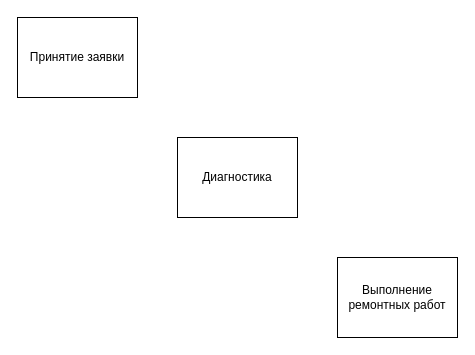
The draw.io diagram диа2.drawio in plkkz/ppo-3k-lb, before the edit. Source tidied: cells renumbered, new cells numbered last; positions are measured from the earlier drawing's top-left corner, leaving out a move shared by most shapes. Both pictures are drawn from the tidied source at 100%, with x=0, y=0 at pixel (17, 17).
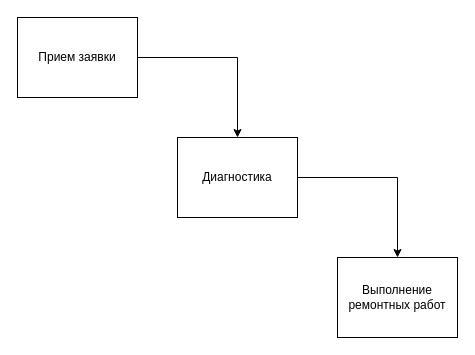
The same page after the edit.

Change to the diagram source:
```diff
@@
 <mxGraphModel>
   <root>
     <mxCell id="0" />
     <mxCell id="1" parent="0" />
+    <mxCell id="5" style="edgeStyle=orthogonalEdgeStyle;rounded=0;jettySize=auto;html=1;exitX=1;exitY=0.5;exitDx=0;exitDy=0;entryX=0.5;entryY=0;entryDx=0;entryDy=0;" parent="1" edge="1" source="2" target="3">
+      <mxGeometry relative="1" as="geometry" />
+    </mxCell>
-    <mxCell id="2" value="Принятие заявки" style="rounded=0;whiteSpace=wrap;html=1;" parent="1" vertex="1">
+    <mxCell id="2" value="Прием заявки" style="rounded=0;whiteSpace=wrap;html=1;" parent="1" vertex="1">
       <mxGeometry width="120" height="80" as="geometry" />
     </mxCell>
+    <mxCell id="6" style="edgeStyle=orthogonalEdgeStyle;rounded=0;jettySize=auto;html=1;exitX=1;exitY=0.5;exitDx=0;exitDy=0;entryX=0.5;entryY=0;entryDx=0;entryDy=0;" parent="1" edge="1" source="3" target="4">
+      <mxGeometry relative="1" as="geometry" />
+    </mxCell>
     <mxCell id="3" value="Диагностика" style="rounded=0;whiteSpace=wrap;html=1;" parent="1" vertex="1">
       <mxGeometry x="160" y="120" width="120" height="80" as="geometry" />
     </mxCell>
     <mxCell id="4" value="Выполнение ремонтных работ" style="rounded=0;whiteSpace=wrap;html=1;" parent="1" vertex="1">
       <mxGeometry x="320" y="240" width="120" height="80" as="geometry" />
     </mxCell>
   </root>
 </mxGraphModel>
```
